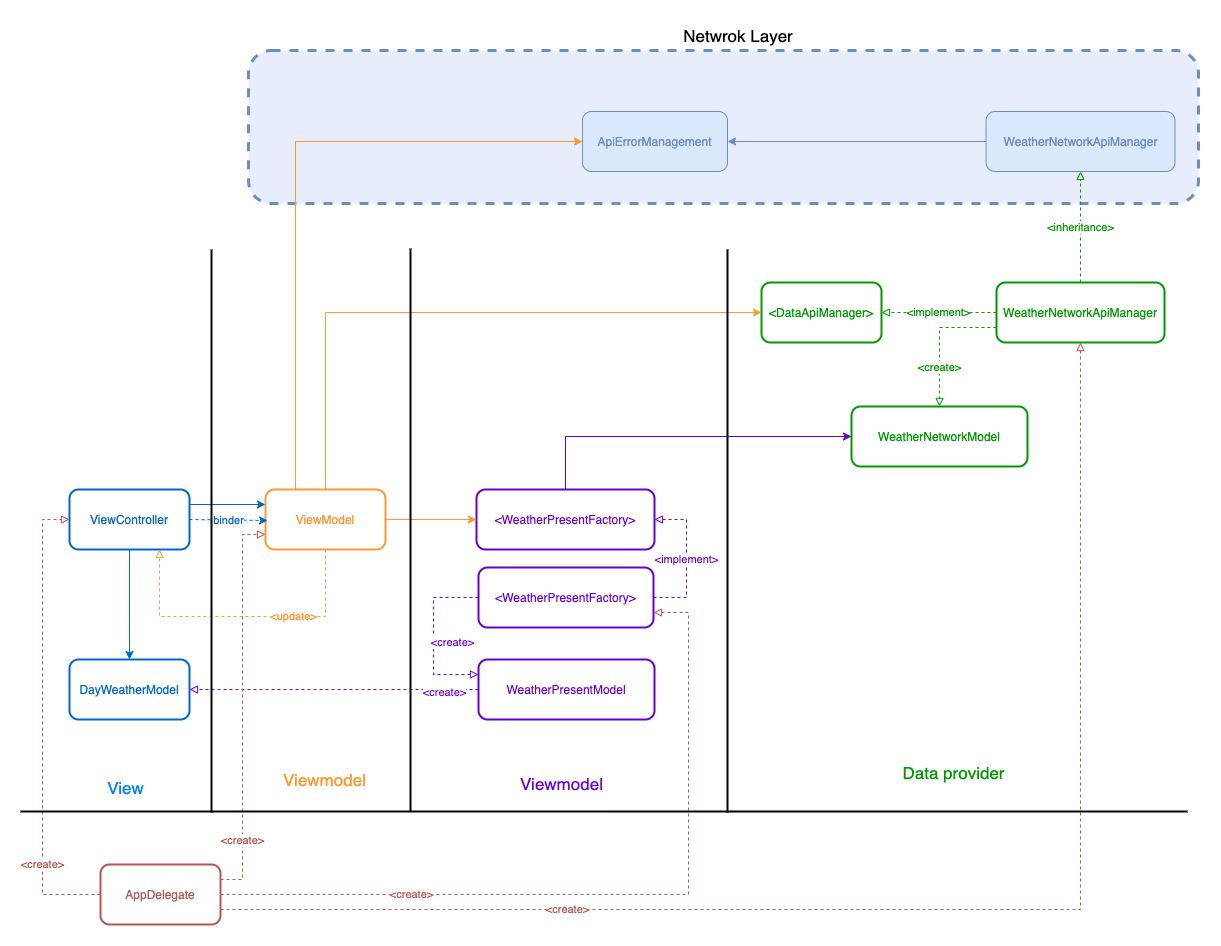
This is NAB_iOSAssignment_diagram.png from kartungit/WeatherForecast, a draw.io export, as it was before one commit. Source tidied: cells renumbered, new cells last; positions are measured from the earlier drawing's top-left corner, leaving out a move shared by most shapes. Its diagram source:
```xml
<mxGraphModel>
  <root>
    <mxCell id="0" />
    <mxCell id="1" parent="0" />
    <mxCell id="2" style="rounded=1;whiteSpace=wrap;html=1;strokeWidth=3;dashed=1;fillColor=#E8EDFC;strokeColor=#6c8ebf;" parent="1" vertex="1">
      <mxGeometry x="228" y="30" width="950" height="153" as="geometry" />
    </mxCell>
    <mxCell id="3" value="ViewController" style="rounded=1;whiteSpace=wrap;html=1;fillColor=none;strokeColor=#0066CC;strokeWidth=2;fontColor=#0066CC;" parent="1" vertex="1">
      <mxGeometry x="49" y="469" width="120" height="60" as="geometry" />
    </mxCell>
    <mxCell id="4" value="ViewModel" style="rounded=1;whiteSpace=wrap;html=1;fillColor=none;strokeColor=#FF9933;strokeWidth=2;fontColor=#FF9933;" parent="1" vertex="1">
      <mxGeometry x="245" y="469" width="120" height="60" as="geometry" />
    </mxCell>
    <mxCell id="5" value="DayWeatherModel" style="rounded=1;whiteSpace=wrap;html=1;fillColor=none;strokeColor=#0066CC;fontColor=#0066CC;strokeWidth=2;" parent="1" vertex="1">
      <mxGeometry x="49" y="639" width="120" height="60" as="geometry" />
    </mxCell>
    <mxCell id="6" style="endArrow=classic;html=1;rounded=0;exitX=1;exitY=0.25;exitDx=0;exitDy=0;entryX=0;entryY=0.25;entryDx=0;entryDy=0;strokeColor=#0066CC;" parent="1" edge="1" source="3" target="4">
      <mxGeometry relative="1" as="geometry" />
    </mxCell>
    <mxCell id="7" value="binder" style="endArrow=classic;html=1;rounded=0;dashed=1;exitX=1;exitY=0.5;exitDx=0;exitDy=0;entryX=0.017;entryY=0.517;entryDx=0;entryDy=0;entryPerimeter=0;strokeColor=#0066CC;fontColor=#0066CC;" parent="1" edge="1" source="3" target="4">
      <mxGeometry relative="1" as="geometry" />
    </mxCell>
    <mxCell id="8" style="endArrow=classic;html=1;rounded=0;exitX=0.5;exitY=1;exitDx=0;exitDy=0;entryX=0.5;entryY=0;entryDx=0;entryDy=0;fontColor=#0066CC;strokeColor=#0066CC;" parent="1" edge="1" source="3" target="5">
      <mxGeometry relative="1" as="geometry" />
    </mxCell>
    <mxCell id="9" value="&amp;lt;create&amp;gt;" style="endArrow=block;html=1;rounded=0;dashed=1;entryX=1;entryY=0.5;entryDx=0;entryDy=0;exitX=0;exitY=0.5;exitDx=0;exitDy=0;endFill=0;fontColor=#6600CC;strokeColor=#6600CC;" parent="1" edge="1" source="15" target="5">
      <mxGeometry x="-0.77" y="3" relative="1" as="geometry" />
    </mxCell>
    <mxCell id="10" value="&amp;lt;DataApiManager&amp;gt;" style="rounded=1;whiteSpace=wrap;html=1;fillColor=none;strokeColor=#009900;strokeWidth=2;fontColor=#009900;" parent="1" vertex="1">
      <mxGeometry x="741" y="262" width="120" height="60" as="geometry" />
    </mxCell>
    <mxCell id="11" style="endArrow=classic;html=1;rounded=0;exitX=0.5;exitY=0;exitDx=0;exitDy=0;entryX=0;entryY=0.5;entryDx=0;entryDy=0;strokeColor=#FF9933;" parent="1" edge="1" source="4" target="10">
      <mxGeometry relative="1" as="geometry">
        <Array as="points">
          <mxPoint x="305" y="292" />
        </Array>
      </mxGeometry>
    </mxCell>
    <mxCell id="12" value="WeatherNetworkApiManager" style="rounded=1;whiteSpace=wrap;html=1;fillColor=none;strokeColor=#009900;fontColor=#009900;strokeWidth=2;" parent="1" vertex="1">
      <mxGeometry x="976" y="262" width="168" height="60" as="geometry" />
    </mxCell>
    <mxCell id="13" value="&amp;lt;implement&amp;gt;" style="endArrow=block;html=1;rounded=0;exitX=0;exitY=0.5;exitDx=0;exitDy=0;entryX=1;entryY=0.5;entryDx=0;entryDy=0;endFill=0;dashed=1;fontColor=#009900;strokeColor=#009900;" parent="1" edge="1" source="12" target="10">
      <mxGeometry relative="1" as="geometry" />
    </mxCell>
    <mxCell id="14" value="WeatherNetworkModel" style="rounded=1;whiteSpace=wrap;html=1;fillColor=none;strokeColor=#009900;strokeWidth=2;fontColor=#009900;" parent="1" vertex="1">
      <mxGeometry x="831" y="386" width="176" height="60" as="geometry" />
    </mxCell>
    <mxCell id="15" value="WeatherPresentModel" style="rounded=1;whiteSpace=wrap;html=1;fillColor=none;strokeColor=#6600CC;strokeWidth=2;labelBackgroundColor=none;fontColor=#6600CC;" parent="1" vertex="1">
      <mxGeometry x="458" y="639" width="176" height="60" as="geometry" />
    </mxCell>
    <mxCell id="16" value="&amp;lt;WeatherPresentFactory&amp;gt;" style="rounded=1;whiteSpace=wrap;html=1;fillColor=none;strokeColor=#6600CC;strokeWidth=2;fontColor=#6600CC;" parent="1" vertex="1">
      <mxGeometry x="456" y="469" width="178" height="60" as="geometry" />
    </mxCell>
    <mxCell id="17" value="&amp;lt;create&amp;gt;" style="endArrow=block;html=1;rounded=0;entryX=0;entryY=0.25;entryDx=0;entryDy=0;endFill=0;dashed=1;exitX=0;exitY=0.5;exitDx=0;exitDy=0;strokeColor=#6600CC;fontColor=#6600CC;" parent="1" edge="1" source="22" target="15">
      <mxGeometry x="0.09" y="19" relative="1" as="geometry">
        <Array as="points">
          <mxPoint x="413" y="577" />
          <mxPoint x="413" y="654" />
        </Array>
        <mxPoint y="-1" as="offset" />
      </mxGeometry>
    </mxCell>
    <mxCell id="18" value="&amp;lt;create&amp;gt;" style="endArrow=block;html=1;rounded=0;entryX=0.5;entryY=0;entryDx=0;entryDy=0;endFill=0;dashed=1;exitX=0;exitY=0.75;exitDx=0;exitDy=0;fontColor=#009900;strokeColor=#009900;" parent="1" edge="1" source="12" target="14">
      <mxGeometry x="0.43" relative="1" as="geometry">
        <Array as="points">
          <mxPoint x="919" y="307" />
        </Array>
        <mxPoint y="1" as="offset" />
      </mxGeometry>
    </mxCell>
    <mxCell id="19" value="ApiErrorManagement" style="rounded=1;whiteSpace=wrap;html=1;fillColor=#dae8fc;strokeColor=#6c8ebf;fontColor=#6C8EBF;" parent="1" vertex="1">
      <mxGeometry x="562" y="91" width="145" height="60" as="geometry" />
    </mxCell>
    <mxCell id="20" style="endArrow=classic;html=1;rounded=0;entryX=0;entryY=0.5;entryDx=0;entryDy=0;exitX=0.5;exitY=0;exitDx=0;exitDy=0;strokeColor=#6600CC;" parent="1" edge="1" source="16" target="14">
      <mxGeometry relative="1" as="geometry">
        <Array as="points">
          <mxPoint x="545" y="416" />
        </Array>
      </mxGeometry>
    </mxCell>
    <mxCell id="21" style="endArrow=classic;html=1;rounded=0;entryX=0;entryY=0.5;entryDx=0;entryDy=0;exitX=1;exitY=0.5;exitDx=0;exitDy=0;fontColor=#FF9933;strokeColor=#FF9933;" parent="1" edge="1" source="4" target="16">
      <mxGeometry relative="1" as="geometry" />
    </mxCell>
    <mxCell id="22" value="&amp;lt;WeatherPresentFactory&amp;gt;" style="rounded=1;whiteSpace=wrap;html=1;fillColor=none;strokeColor=#6600CC;fontColor=#6600CC;strokeWidth=2;" parent="1" vertex="1">
      <mxGeometry x="458" y="547" width="175" height="60" as="geometry" />
    </mxCell>
    <mxCell id="23" value="&amp;lt;implement&amp;gt;" style="endArrow=block;html=1;rounded=0;exitX=1;exitY=0.5;exitDx=0;exitDy=0;entryX=1;entryY=0.5;entryDx=0;entryDy=0;endFill=0;dashed=1;fontColor=#6600CC;strokeColor=#6600CC;" parent="1" edge="1" source="22" target="16">
      <mxGeometry x="-0.01" relative="1" as="geometry">
        <Array as="points">
          <mxPoint x="666" y="577" />
          <mxPoint x="666" y="499" />
        </Array>
      </mxGeometry>
    </mxCell>
    <mxCell id="24" value="AppDelegate" style="rounded=1;whiteSpace=wrap;html=1;fillColor=none;strokeColor=#B85450;strokeWidth=2;fontColor=#B85450;" parent="1" vertex="1">
      <mxGeometry x="80" y="844" width="120" height="60" as="geometry" />
    </mxCell>
    <mxCell id="25" value="&amp;lt;update&amp;gt;" style="endArrow=block;html=1;rounded=0;exitX=0.5;exitY=1;exitDx=0;exitDy=0;entryX=0.75;entryY=1;entryDx=0;entryDy=0;endFill=0;dashed=1;strokeColor=#FF9933;fontColor=#FF9933;" parent="1" edge="1" source="4" target="3">
      <mxGeometry x="-0.34" relative="1" as="geometry">
        <Array as="points">
          <mxPoint x="305" y="596" />
          <mxPoint x="139" y="596" />
        </Array>
      </mxGeometry>
    </mxCell>
    <mxCell id="26" value="&amp;lt;create&amp;gt;" style="endArrow=block;html=1;rounded=0;dashed=1;entryX=0;entryY=0.5;entryDx=0;entryDy=0;exitX=0;exitY=0.5;exitDx=0;exitDy=0;endFill=0;strokeColor=#B85450;fontColor=#B85450;" parent="1" edge="1" source="24" target="3">
      <mxGeometry x="-0.62" relative="1" as="geometry">
        <Array as="points">
          <mxPoint x="22" y="874" />
          <mxPoint x="22" y="499" />
        </Array>
      </mxGeometry>
    </mxCell>
    <mxCell id="27" value="&amp;lt;create&amp;gt;" style="endArrow=block;html=1;rounded=0;dashed=1;exitX=1;exitY=0.25;exitDx=0;exitDy=0;endFill=0;entryX=0;entryY=0.75;entryDx=0;entryDy=0;fontColor=#B85450;strokeColor=#B85450;" parent="1" edge="1" source="24" target="4">
      <mxGeometry x="-0.68" relative="1" as="geometry">
        <Array as="points">
          <mxPoint x="222" y="859" />
          <mxPoint x="222" y="514" />
        </Array>
        <mxPoint y="1" as="offset" />
      </mxGeometry>
    </mxCell>
    <mxCell id="28" value="&amp;lt;create&amp;gt;" style="endArrow=block;html=1;rounded=0;dashed=1;exitX=1;exitY=0.5;exitDx=0;exitDy=0;endFill=0;entryX=1;entryY=0.75;entryDx=0;entryDy=0;strokeColor=#B85450;fontColor=#B85450;" parent="1" edge="1" source="24" target="22">
      <mxGeometry x="-0.51" relative="1" as="geometry">
        <Array as="points">
          <mxPoint x="668" y="874" />
          <mxPoint x="668" y="592" />
        </Array>
      </mxGeometry>
    </mxCell>
    <mxCell id="29" value="&amp;lt;create&amp;gt;" style="endArrow=block;html=1;rounded=0;dashed=1;exitX=1;exitY=0.75;exitDx=0;exitDy=0;endFill=0;fontColor=#B85450;strokeColor=#B85450;" parent="1" edge="1" source="24" target="12">
      <mxGeometry x="-0.51" relative="1" as="geometry">
        <Array as="points">
          <mxPoint x="1060" y="889" />
        </Array>
      </mxGeometry>
    </mxCell>
    <mxCell id="30" value="WeatherNetworkApiManager" style="rounded=1;whiteSpace=wrap;html=1;fillColor=#dae8fc;strokeColor=#6c8ebf;fontColor=#6C8EBF;" parent="1" vertex="1">
      <mxGeometry x="965.5" y="91" width="189" height="60" as="geometry" />
    </mxCell>
    <mxCell id="31" style="endArrow=classic;html=1;rounded=0;exitX=0.25;exitY=0;exitDx=0;exitDy=0;entryX=0;entryY=0.5;entryDx=0;entryDy=0;strokeColor=#FF9933;" parent="1" edge="1" source="4" target="19">
      <mxGeometry relative="1" as="geometry">
        <Array as="points">
          <mxPoint x="275" y="121" />
        </Array>
      </mxGeometry>
    </mxCell>
    <mxCell id="32" style="endArrow=classic;html=1;rounded=0;exitX=0;exitY=0.5;exitDx=0;exitDy=0;entryX=1;entryY=0.5;entryDx=0;entryDy=0;fontColor=#6C8EBF;strokeColor=#6C8EBF;" parent="1" edge="1" source="30" target="19">
      <mxGeometry relative="1" as="geometry" />
    </mxCell>
    <mxCell id="33" value="&amp;lt;inheritance&amp;gt;" style="endArrow=block;html=1;rounded=0;exitX=0.5;exitY=0;exitDx=0;exitDy=0;entryX=0.5;entryY=1;entryDx=0;entryDy=0;endFill=0;dashed=1;strokeColor=#009900;fontColor=#009900;" parent="1" edge="1" source="12" target="30">
      <mxGeometry relative="1" as="geometry" />
    </mxCell>
    <mxCell id="34" value="Netwrok Layer" style="text;html=1;strokeColor=none;fillColor=none;align=center;verticalAlign=middle;whiteSpace=wrap;rounded=0;dashed=1;fontSize=17;" parent="1" vertex="1">
      <mxGeometry x="609" width="218" height="30" as="geometry" />
    </mxCell>
    <mxCell id="35" style="endArrow=none;html=1;rounded=0;fontSize=17;strokeWidth=2;" parent="1" edge="1">
      <mxGeometry relative="1" as="geometry">
        <mxPoint x="191" y="792" as="sourcePoint" />
        <mxPoint x="191" y="229" as="targetPoint" />
      </mxGeometry>
    </mxCell>
    <mxCell id="36" style="endArrow=none;html=1;rounded=0;fontSize=17;strokeWidth=2;" parent="1" edge="1">
      <mxGeometry relative="1" as="geometry">
        <mxPoint x="1167" y="791" as="sourcePoint" />
        <mxPoint y="791" as="targetPoint" />
      </mxGeometry>
    </mxCell>
    <mxCell id="37" style="endArrow=none;html=1;rounded=0;fontSize=17;strokeWidth=2;" parent="1" edge="1">
      <mxGeometry relative="1" as="geometry">
        <mxPoint x="390" y="791" as="sourcePoint" />
        <mxPoint x="390" y="228" as="targetPoint" />
      </mxGeometry>
    </mxCell>
    <mxCell id="38" style="endArrow=none;html=1;rounded=0;fontSize=17;strokeWidth=2;" parent="1" edge="1">
      <mxGeometry relative="1" as="geometry">
        <mxPoint x="707" y="792" as="sourcePoint" />
        <mxPoint x="707" y="229" as="targetPoint" />
      </mxGeometry>
    </mxCell>
    <mxCell id="39" value="View" style="text;html=1;strokeColor=none;fillColor=none;align=center;verticalAlign=middle;whiteSpace=wrap;rounded=0;dashed=1;fontSize=17;fontColor=#007FFF;" parent="1" vertex="1">
      <mxGeometry x="32" y="752" width="147" height="30" as="geometry" />
    </mxCell>
    <mxCell id="40" value="Viewmodel" style="text;html=1;strokeColor=none;fillColor=none;align=center;verticalAlign=middle;whiteSpace=wrap;rounded=0;dashed=1;fontSize=17;fontColor=#FF9933;" parent="1" vertex="1">
      <mxGeometry x="231.5" y="744" width="147" height="30" as="geometry" />
    </mxCell>
    <mxCell id="41" value="Viewmodel" style="text;html=1;strokeColor=none;fillColor=none;align=center;verticalAlign=middle;whiteSpace=wrap;rounded=0;dashed=1;fontSize=17;fontColor=#6600CC;" parent="1" vertex="1">
      <mxGeometry x="467.5" y="748" width="147" height="30" as="geometry" />
    </mxCell>
    <mxCell id="42" value="Data provider" style="text;html=1;strokeColor=none;fillColor=none;align=center;verticalAlign=middle;whiteSpace=wrap;rounded=0;dashed=1;fontSize=17;fontColor=#009900;" parent="1" vertex="1">
      <mxGeometry x="860" y="737" width="147" height="30" as="geometry" />
    </mxCell>
  </root>
</mxGraphModel>
```
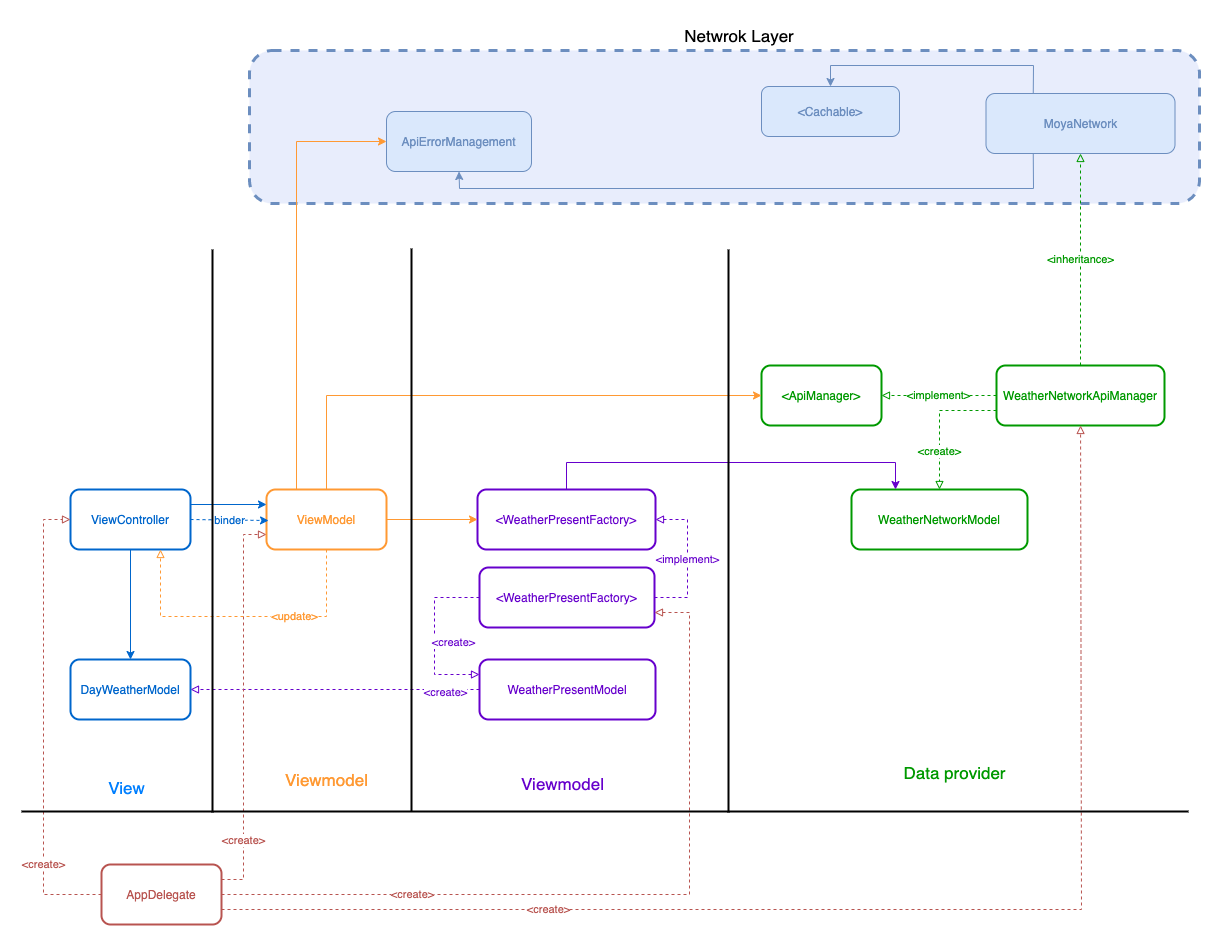
Above is the later version.

Commit message:
- update components diagram

Change to the diagram source:
```diff
@@ -26,24 +26,24 @@
     <mxCell id="9" value="&amp;lt;create&amp;gt;" style="endArrow=block;html=1;rounded=0;dashed=1;entryX=1;entryY=0.5;entryDx=0;entryDy=0;exitX=0;exitY=0.5;exitDx=0;exitDy=0;endFill=0;fontColor=#6600CC;strokeColor=#6600CC;" parent="1" edge="1" source="15" target="5">
       <mxGeometry x="-0.77" y="3" relative="1" as="geometry" />
     </mxCell>
-    <mxCell id="10" value="&amp;lt;DataApiManager&amp;gt;" style="rounded=1;whiteSpace=wrap;html=1;fillColor=none;strokeColor=#009900;strokeWidth=2;fontColor=#009900;" parent="1" vertex="1">
-      <mxGeometry x="741" y="262" width="120" height="60" as="geometry" />
+    <mxCell id="10" value="&amp;lt;ApiManager&amp;gt;" style="rounded=1;whiteSpace=wrap;html=1;fillColor=none;strokeColor=#009900;strokeWidth=2;fontColor=#009900;" parent="1" vertex="1">
+      <mxGeometry x="740" y="345" width="120" height="60" as="geometry" />
     </mxCell>
     <mxCell id="11" style="endArrow=classic;html=1;rounded=0;exitX=0.5;exitY=0;exitDx=0;exitDy=0;entryX=0;entryY=0.5;entryDx=0;entryDy=0;strokeColor=#FF9933;" parent="1" edge="1" source="4" target="10">
       <mxGeometry relative="1" as="geometry">
         <Array as="points">
-          <mxPoint x="305" y="292" />
+          <mxPoint x="305" y="375" />
         </Array>
       </mxGeometry>
     </mxCell>
     <mxCell id="12" value="WeatherNetworkApiManager" style="rounded=1;whiteSpace=wrap;html=1;fillColor=none;strokeColor=#009900;fontColor=#009900;strokeWidth=2;" parent="1" vertex="1">
-      <mxGeometry x="976" y="262" width="168" height="60" as="geometry" />
+      <mxGeometry x="975" y="345" width="168" height="60" as="geometry" />
     </mxCell>
     <mxCell id="13" value="&amp;lt;implement&amp;gt;" style="endArrow=block;html=1;rounded=0;exitX=0;exitY=0.5;exitDx=0;exitDy=0;entryX=1;entryY=0.5;entryDx=0;entryDy=0;endFill=0;dashed=1;fontColor=#009900;strokeColor=#009900;" parent="1" edge="1" source="12" target="10">
       <mxGeometry relative="1" as="geometry" />
     </mxCell>
     <mxCell id="14" value="WeatherNetworkModel" style="rounded=1;whiteSpace=wrap;html=1;fillColor=none;strokeColor=#009900;strokeWidth=2;fontColor=#009900;" parent="1" vertex="1">
-      <mxGeometry x="831" y="386" width="176" height="60" as="geometry" />
+      <mxGeometry x="830" y="469" width="176" height="60" as="geometry" />
     </mxCell>
     <mxCell id="15" value="WeatherPresentModel" style="rounded=1;whiteSpace=wrap;html=1;fillColor=none;strokeColor=#6600CC;strokeWidth=2;labelBackgroundColor=none;fontColor=#6600CC;" parent="1" vertex="1">
       <mxGeometry x="458" y="639" width="176" height="60" as="geometry" />
@@ -63,18 +63,19 @@
     <mxCell id="18" value="&amp;lt;create&amp;gt;" style="endArrow=block;html=1;rounded=0;entryX=0.5;entryY=0;entryDx=0;entryDy=0;endFill=0;dashed=1;exitX=0;exitY=0.75;exitDx=0;exitDy=0;fontColor=#009900;strokeColor=#009900;" parent="1" edge="1" source="12" target="14">
       <mxGeometry x="0.43" relative="1" as="geometry">
         <Array as="points">
-          <mxPoint x="919" y="307" />
+          <mxPoint x="918" y="390" />
         </Array>
         <mxPoint y="1" as="offset" />
       </mxGeometry>
     </mxCell>
     <mxCell id="19" value="ApiErrorManagement" style="rounded=1;whiteSpace=wrap;html=1;fillColor=#dae8fc;strokeColor=#6c8ebf;fontColor=#6C8EBF;" parent="1" vertex="1">
-      <mxGeometry x="562" y="91" width="145" height="60" as="geometry" />
+      <mxGeometry x="365" y="91" width="145" height="60" as="geometry" />
     </mxCell>
-    <mxCell id="20" style="endArrow=classic;html=1;rounded=0;entryX=0;entryY=0.5;entryDx=0;entryDy=0;exitX=0.5;exitY=0;exitDx=0;exitDy=0;strokeColor=#6600CC;" parent="1" edge="1" source="16" target="14">
+    <mxCell id="20" style="endArrow=classic;html=1;rounded=0;entryX=0.25;entryY=0;entryDx=0;entryDy=0;exitX=0.5;exitY=0;exitDx=0;exitDy=0;strokeColor=#6600CC;" parent="1" edge="1" source="16" target="14">
       <mxGeometry relative="1" as="geometry">
         <Array as="points">
-          <mxPoint x="545" y="416" />
+          <mxPoint x="545" y="442" />
+          <mxPoint x="874" y="442" />
         </Array>
       </mxGeometry>
     </mxCell>
@@ -135,8 +136,8 @@
         </Array>
       </mxGeometry>
     </mxCell>
-    <mxCell id="30" value="WeatherNetworkApiManager" style="rounded=1;whiteSpace=wrap;html=1;fillColor=#dae8fc;strokeColor=#6c8ebf;fontColor=#6C8EBF;" parent="1" vertex="1">
-      <mxGeometry x="965.5" y="91" width="189" height="60" as="geometry" />
+    <mxCell id="30" value="MoyaNetwork" style="rounded=1;whiteSpace=wrap;html=1;fillColor=#dae8fc;strokeColor=#6c8ebf;fontColor=#6C8EBF;" parent="1" vertex="1">
+      <mxGeometry x="964.5" y="73" width="189" height="60" as="geometry" />
     </mxCell>
     <mxCell id="31" style="endArrow=classic;html=1;rounded=0;exitX=0.25;exitY=0;exitDx=0;exitDy=0;entryX=0;entryY=0.5;entryDx=0;entryDy=0;strokeColor=#FF9933;" parent="1" edge="1" source="4" target="19">
       <mxGeometry relative="1" as="geometry">
@@ -145,8 +146,13 @@
         </Array>
       </mxGeometry>
     </mxCell>
-    <mxCell id="32" style="endArrow=classic;html=1;rounded=0;exitX=0;exitY=0.5;exitDx=0;exitDy=0;entryX=1;entryY=0.5;entryDx=0;entryDy=0;fontColor=#6C8EBF;strokeColor=#6C8EBF;" parent="1" edge="1" source="30" target="19">
-      <mxGeometry relative="1" as="geometry" />
+    <mxCell id="32" style="endArrow=classic;html=1;rounded=0;exitX=0.25;exitY=1;exitDx=0;exitDy=0;fontColor=#6C8EBF;strokeColor=#6C8EBF;entryX=0.5;entryY=1;entryDx=0;entryDy=0;" parent="1" edge="1" source="30" target="19">
+      <mxGeometry relative="1" as="geometry">
+        <Array as="points">
+          <mxPoint x="1012" y="168" />
+          <mxPoint x="438" y="168" />
+        </Array>
+      </mxGeometry>
     </mxCell>
     <mxCell id="33" value="&amp;lt;inheritance&amp;gt;" style="endArrow=block;html=1;rounded=0;exitX=0.5;exitY=0;exitDx=0;exitDy=0;entryX=0.5;entryY=1;entryDx=0;entryDy=0;endFill=0;dashed=1;strokeColor=#009900;fontColor=#009900;" parent="1" edge="1" source="12" target="30">
       <mxGeometry relative="1" as="geometry" />
@@ -190,5 +196,16 @@
     <mxCell id="42" value="Data provider" style="text;html=1;strokeColor=none;fillColor=none;align=center;verticalAlign=middle;whiteSpace=wrap;rounded=0;dashed=1;fontSize=17;fontColor=#009900;" parent="1" vertex="1">
       <mxGeometry x="860" y="737" width="147" height="30" as="geometry" />
     </mxCell>
+    <mxCell id="43" value="&amp;lt;Cachable&amp;gt;" style="rounded=1;whiteSpace=wrap;html=1;fillColor=#dae8fc;strokeColor=#6c8ebf;fontColor=#6C8EBF;" parent="1" vertex="1">
+      <mxGeometry x="740" y="66" width="138" height="50" as="geometry" />
+    </mxCell>
+    <mxCell id="44" style="endArrow=classic;html=1;rounded=0;exitX=0.25;exitY=0;exitDx=0;exitDy=0;fontColor=#6C8EBF;strokeColor=#6C8EBF;entryX=0.5;entryY=0;entryDx=0;entryDy=0;" parent="1" edge="1" source="30" target="43">
+      <mxGeometry relative="1" as="geometry">
+        <Array as="points">
+          <mxPoint x="1012" y="45" />
+          <mxPoint x="809" y="45" />
+        </Array>
+      </mxGeometry>
+    </mxCell>
   </root>
 </mxGraphModel>
```
